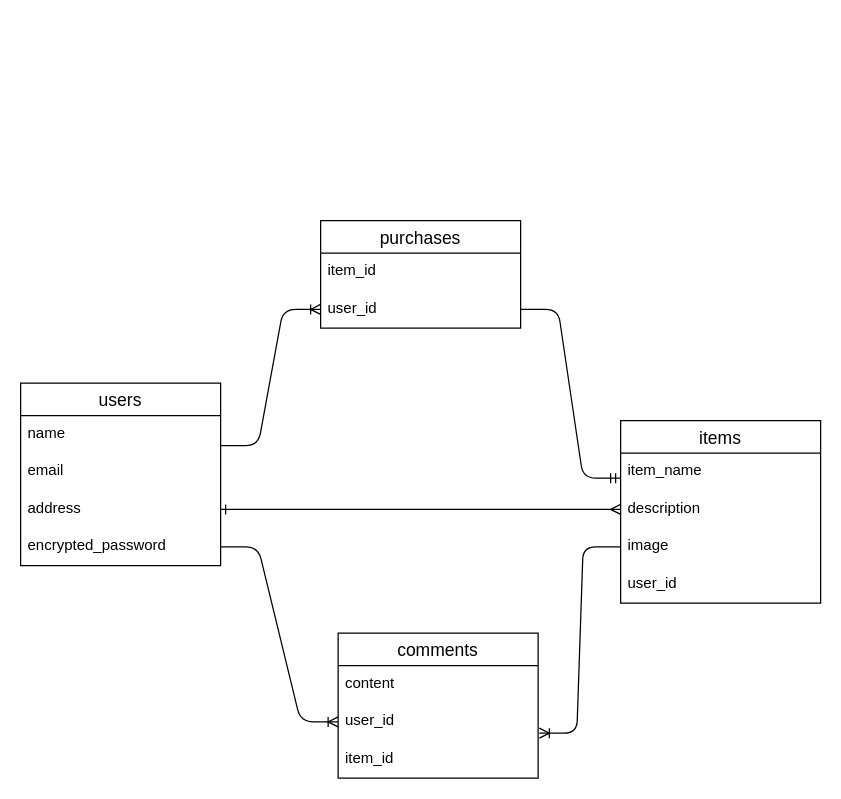
KayTsujita/furima-39062 keeps this draw.io diagram as furima.dio. Above is the earlier version. Source tidied: cells renumbered, new cells numbered last; positions are measured from the earlier drawing's top-left corner, leaving out a move shared by most shapes. Both pictures are drawn from the tidied source at 125%, with x=0, y=0 at pixel (20, 220).
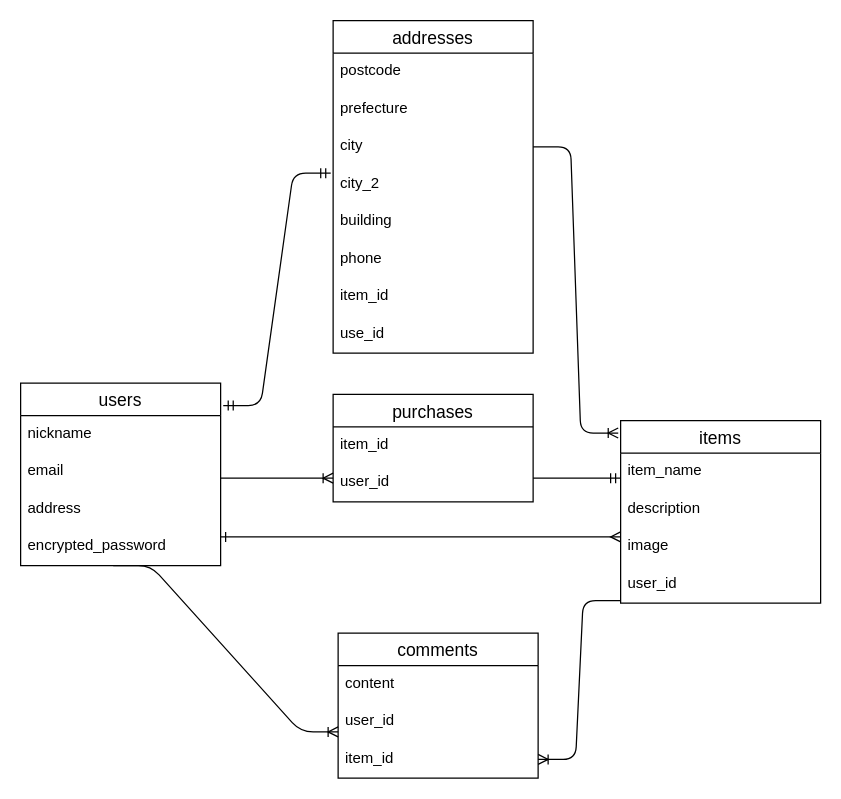
The same diagram, later.

Commit message (it also covers changes not shown here):
ER図、設計情報記述_修正

Unchanged cells that the change refers to:
```xml
<mxCell id="2" value="users" style="swimlane;fontStyle=0;horizontal=1;startSize=26;align=center;fontSize=14;" parent="1" vertex="1">
  <mxGeometry y="130" width="160" height="146" as="geometry" />
</mxCell>
<mxCell id="5" value="address" style="text;strokeColor=none;fillColor=none;spacingLeft=4;spacingRight=4;overflow=hidden;points=[[0,0.5],[1,0.5]];portConstraint=eastwest;fontSize=12;" parent="2" vertex="1">
  <mxGeometry y="86" width="160" height="30" as="geometry" />
</mxCell>
<mxCell id="6" value="encrypted_password" style="text;strokeColor=none;fillColor=none;spacingLeft=4;spacingRight=4;overflow=hidden;points=[[0,0.5],[1,0.5]];portConstraint=eastwest;fontSize=12;" parent="2" vertex="1">
  <mxGeometry y="116" width="160" height="30" as="geometry" />
</mxCell>
<mxCell id="7" value="items" style="swimlane;fontStyle=0;horizontal=1;startSize=26;align=center;fontSize=14;" parent="1" vertex="1">
  <mxGeometry x="480" y="160" width="160" height="146" as="geometry" />
</mxCell>
<mxCell id="9" value="description" style="text;strokeColor=none;fillColor=none;spacingLeft=4;spacingRight=4;overflow=hidden;points=[[0,0.5],[1,0.5]];portConstraint=eastwest;fontSize=12;" parent="7" vertex="1">
  <mxGeometry y="56" width="160" height="30" as="geometry" />
</mxCell>
<mxCell id="10" value="image" style="text;strokeColor=none;fillColor=none;spacingLeft=4;spacingRight=4;overflow=hidden;points=[[0,0.5],[1,0.5]];portConstraint=eastwest;fontSize=12;" parent="7" vertex="1">
  <mxGeometry y="86" width="160" height="30" as="geometry" />
</mxCell>
<mxCell id="11" value="user_id" style="text;strokeColor=none;fillColor=none;spacingLeft=4;spacingRight=4;overflow=hidden;points=[[0,0.5],[1,0.5]];portConstraint=eastwest;fontSize=12;" parent="7" vertex="1">
  <mxGeometry y="116" width="160" height="30" as="geometry" />
</mxCell>
<mxCell id="15" value="user_id" style="text;strokeColor=none;fillColor=none;spacingLeft=4;spacingRight=4;overflow=hidden;points=[[0,0.5],[1,0.5]];portConstraint=eastwest;fontSize=12;" parent="13" vertex="1">
  <mxGeometry y="56" width="160" height="30" as="geometry" />
</mxCell>
<mxCell id="16" value="item_id" style="text;strokeColor=none;fillColor=none;spacingLeft=4;spacingRight=4;overflow=hidden;points=[[0,0.5],[1,0.5]];portConstraint=eastwest;fontSize=12;" parent="13" vertex="1">
  <mxGeometry y="86" width="160" height="30" as="geometry" />
</mxCell>
<mxCell id="21" value="user_id" style="text;strokeColor=none;fillColor=none;spacingLeft=4;spacingRight=4;overflow=hidden;points=[[0,0.5],[1,0.5]];portConstraint=eastwest;fontSize=12;" parent="19" vertex="1">
  <mxGeometry y="56" width="160" height="30" as="geometry" />
</mxCell>
```

Diff of the diagram source:
```diff
@@
-    <mxCell id="3" value="name" style="text;strokeColor=none;fillColor=none;spacingLeft=4;spacingRight=4;overflow=hidden;fontSize=12;" parent="2" vertex="1">
+    <mxCell id="3" value="nickname" style="text;strokeColor=none;fillColor=none;spacingLeft=4;spacingRight=4;overflow=hidden;fontSize=12;" parent="2" vertex="1">
       <mxGeometry y="26" width="160" height="30" as="geometry" />
     </mxCell>
@@
-    <mxCell id="12" style="edgeStyle=none;html=1;exitX=1;exitY=0.5;exitDx=0;exitDy=0;endArrow=ERmany;endFill=0;startArrow=ERone;startFill=0;arcSize=30;entryX=0;entryY=0.5;entryDx=0;entryDy=0;" parent="1" edge="1" source="5" target="9">
-      <mxGeometry relative="1" as="geometry" />
+    <mxCell id="12" style="edgeStyle=none;html=1;exitX=1;exitY=0.5;exitDx=0;exitDy=0;endArrow=ERmany;endFill=0;startArrow=ERone;startFill=0;arcSize=30;entryX=0;entryY=0.5;entryDx=0;entryDy=0;" parent="1" edge="1">
+      <mxGeometry relative="1" as="geometry">
+        <mxPoint x="160" y="253" as="sourcePoint" />
+        <mxPoint x="480" y="253" as="targetPoint" />
+      </mxGeometry>
     </mxCell>
@@
-    <mxCell id="17" style="edgeStyle=entityRelationEdgeStyle;fontSize=12;html=1;endArrow=ERoneToMany;strokeWidth=1;exitX=1;exitY=0.5;exitDx=0;exitDy=0;entryX=0;entryY=0.5;entryDx=0;entryDy=0;" parent="1" edge="1" source="6" target="15">
-      <mxGeometry relative="1" as="geometry" />
+    <mxCell id="17" style="edgeStyle=entityRelationEdgeStyle;fontSize=12;html=1;endArrow=ERoneToMany;strokeWidth=1;entryX=0;entryY=0.5;entryDx=0;entryDy=0;exitX=0.463;exitY=1;exitDx=0;exitDy=0;exitPerimeter=0;" parent="1" edge="1" source="6">
+      <mxGeometry relative="1" as="geometry">
+        <mxPoint x="254" y="409" as="targetPoint" />
+      </mxGeometry>
     </mxCell>
-    <mxCell id="18" style="edgeStyle=entityRelationEdgeStyle;fontSize=12;html=1;endArrow=ERoneToMany;strokeWidth=1;exitX=0;exitY=0.5;exitDx=0;exitDy=0;entryX=1.006;entryY=0.8;entryDx=0;entryDy=0;entryPerimeter=0;" parent="1" edge="1" source="10" target="15">
+    <mxCell id="18" style="edgeStyle=entityRelationEdgeStyle;fontSize=12;html=1;endArrow=ERoneToMany;strokeWidth=1;exitX=0;exitY=0.933;exitDx=0;exitDy=0;exitPerimeter=0;entryX=1;entryY=0.5;entryDx=0;entryDy=0;" parent="1" edge="1" source="11" target="16">
       <mxGeometry relative="1" as="geometry" />
     </mxCell>
     <mxCell id="19" value="purchases" style="swimlane;fontStyle=0;horizontal=1;startSize=26;align=center;fontSize=14;" parent="1" vertex="1">
-      <mxGeometry x="240" width="160" height="86" as="geometry" />
+      <mxGeometry x="250" y="139" width="160" height="86" as="geometry" />
     </mxCell>
@@
-    <mxCell id="22" style="edgeStyle=entityRelationEdgeStyle;fontSize=12;html=1;endArrow=ERoneToMany;strokeWidth=1;entryX=0;entryY=0.5;entryDx=0;entryDy=0;" parent="1" edge="1" target="21">
+    <mxCell id="22" style="edgeStyle=entityRelationEdgeStyle;fontSize=12;html=1;endArrow=ERoneToMany;strokeWidth=1;entryX=0;entryY=0.5;entryDx=0;entryDy=0;" parent="1" edge="1">
       <mxGeometry relative="1" as="geometry">
-        <mxPoint x="160" y="180" as="sourcePoint" />
+        <mxPoint x="160" y="206" as="sourcePoint" />
+        <mxPoint x="250" y="206" as="targetPoint" />
       </mxGeometry>
     </mxCell>
-    <mxCell id="23" style="edgeStyle=entityRelationEdgeStyle;fontSize=12;html=1;endArrow=ERmandOne;strokeWidth=1;exitX=1;exitY=0.5;exitDx=0;exitDy=0;" parent="1" edge="1" source="21">
+    <mxCell id="23" style="edgeStyle=entityRelationEdgeStyle;fontSize=12;html=1;endArrow=ERmandOne;strokeWidth=1;exitX=1;exitY=0.5;exitDx=0;exitDy=0;" parent="1" edge="1">
       <mxGeometry relative="1" as="geometry">
+        <mxPoint x="410" y="206" as="sourcePoint" />
         <mxPoint x="480" y="206" as="targetPoint" />
       </mxGeometry>
     </mxCell>
+    <mxCell id="24" value="addresses" style="swimlane;fontStyle=0;horizontal=1;startSize=26;align=center;fontSize=14;" parent="1" vertex="1">
+      <mxGeometry x="250" y="-160" width="160" height="266" as="geometry" />
+    </mxCell>
+    <mxCell id="25" value="postcode" style="text;strokeColor=none;fillColor=none;spacingLeft=4;spacingRight=4;overflow=hidden;fontSize=12;" parent="24" vertex="1">
+      <mxGeometry y="26" width="160" height="30" as="geometry" />
+    </mxCell>
+    <mxCell id="26" value="prefecture" style="text;strokeColor=none;fillColor=none;spacingLeft=4;spacingRight=4;overflow=hidden;fontSize=12;" parent="24" vertex="1">
+      <mxGeometry y="56" width="160" height="30" as="geometry" />
+    </mxCell>
+    <mxCell id="27" value="city" style="text;strokeColor=none;fillColor=none;spacingLeft=4;spacingRight=4;overflow=hidden;points=[[0,0.5],[1,0.5]];portConstraint=eastwest;fontSize=12;" parent="24" vertex="1">
+      <mxGeometry y="86" width="160" height="30" as="geometry" />
+    </mxCell>
+    <mxCell id="28" value="city_2" style="text;strokeColor=none;fillColor=none;spacingLeft=4;spacingRight=4;overflow=hidden;points=[[0,0.5],[1,0.5]];portConstraint=eastwest;fontSize=12;" parent="24" vertex="1">
+      <mxGeometry y="116" width="160" height="30" as="geometry" />
+    </mxCell>
+    <mxCell id="29" value="building" style="text;strokeColor=none;fillColor=none;spacingLeft=4;spacingRight=4;overflow=hidden;fontSize=12;" parent="24" vertex="1">
+      <mxGeometry y="146" width="160" height="30" as="geometry" />
+    </mxCell>
+    <mxCell id="30" value="phone" style="text;strokeColor=none;fillColor=none;spacingLeft=4;spacingRight=4;overflow=hidden;fontSize=12;" parent="24" vertex="1">
+      <mxGeometry y="176" width="160" height="30" as="geometry" />
+    </mxCell>
+    <mxCell id="31" value="item_id" style="text;strokeColor=none;fillColor=none;spacingLeft=4;spacingRight=4;overflow=hidden;fontSize=12;" parent="24" vertex="1">
+      <mxGeometry y="206" width="160" height="30" as="geometry" />
+    </mxCell>
+    <mxCell id="32" value="use_id" style="text;strokeColor=none;fillColor=none;spacingLeft=4;spacingRight=4;overflow=hidden;fontSize=12;" parent="24" vertex="1">
+      <mxGeometry y="236" width="160" height="30" as="geometry" />
+    </mxCell>
+    <mxCell id="33" style="edgeStyle=entityRelationEdgeStyle;fontSize=12;html=1;endArrow=ERmandOne;startArrow=ERmandOne;strokeWidth=1;exitX=1.013;exitY=0.123;exitDx=0;exitDy=0;exitPerimeter=0;entryX=-0.012;entryY=0.2;entryDx=0;entryDy=0;entryPerimeter=0;" parent="1" edge="1" source="2" target="28">
+      <mxGeometry relative="1" as="geometry" />
+    </mxCell>
+    <mxCell id="34" style="edgeStyle=entityRelationEdgeStyle;fontSize=12;html=1;endArrow=ERoneToMany;strokeWidth=1;entryX=-0.012;entryY=0.068;entryDx=0;entryDy=0;entryPerimeter=0;exitX=1;exitY=0.5;exitDx=0;exitDy=0;" parent="1" edge="1" source="27" target="7">
+      <mxGeometry relative="1" as="geometry" />
+    </mxCell>
```
